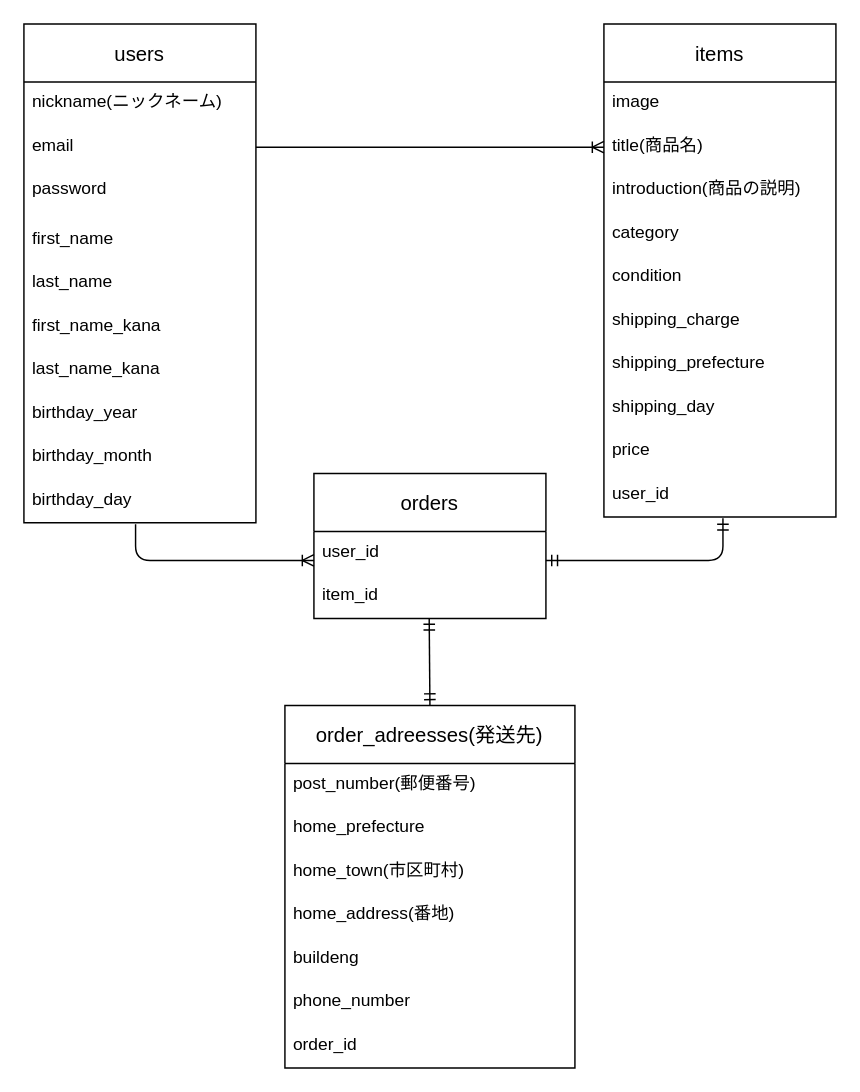
The draw.io diagram .dio in nagawa-hub/furima-31652, before the edit. Source tidied: cells renumbered, new cells numbered last; positions are measured from the earlier drawing's top-left corner, leaving out a move shared by most shapes. Both pictures are drawn from the tidied source at 145%, with x=0, y=0 at pixel (23, 23).
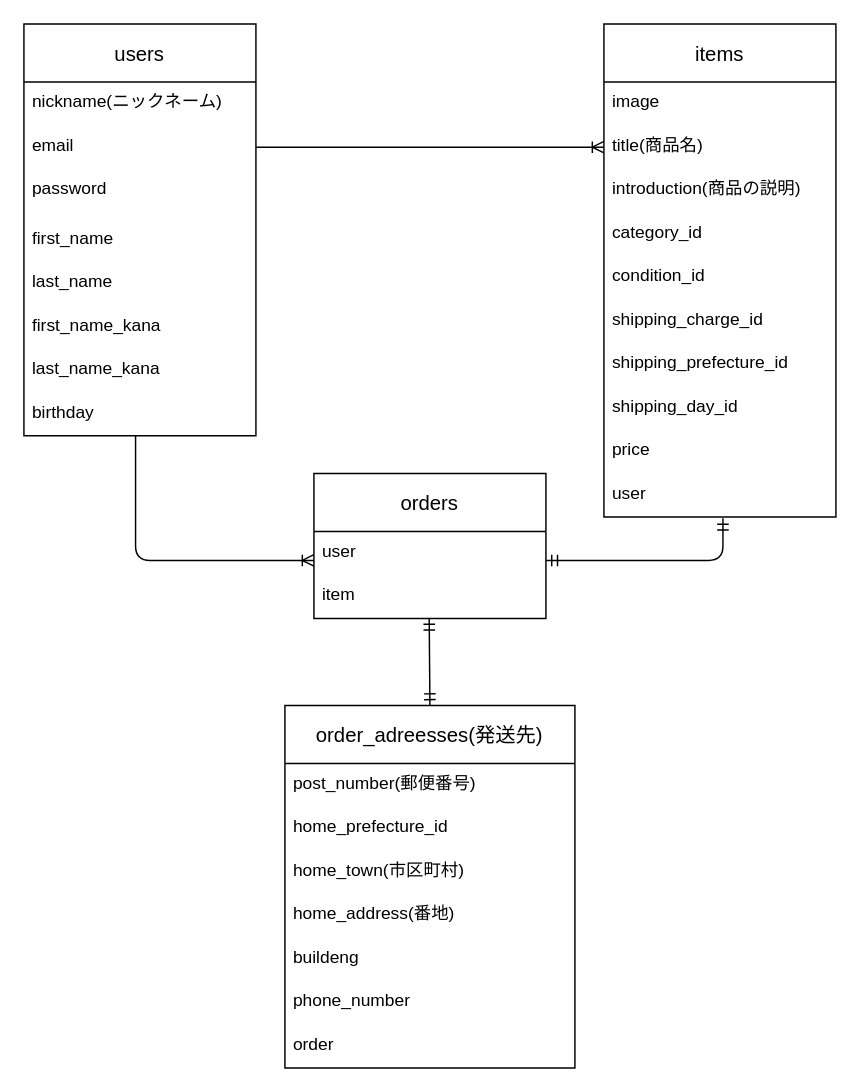
Above is the later version.

Commit message (it also covers changes not shown here):
ActiveHash対応のため修正

Unchanged cells that the change refers to:
```xml
<mxCell id="3" value="orders" style="swimlane;fontStyle=0;horizontal=1;startSize=40;align=center;fontSize=14;" parent="1" vertex="1">
  <mxGeometry x="200" y="310" width="160" height="100" as="geometry" />
</mxCell>
<mxCell id="9" value="order_adreesses(発送先)" style="swimlane;fontStyle=0;horizontal=1;startSize=40;align=center;fontSize=14;" parent="1" vertex="1">
  <mxGeometry x="180" y="470" width="200" height="250" as="geometry" />
</mxCell>
<mxCell id="28" value="items" style="swimlane;fontStyle=0;horizontal=1;startSize=40;align=center;fontSize=14;" parent="1" vertex="1">
  <mxGeometry x="400" width="160" height="340" as="geometry" />
</mxCell>
```

What changed in the source:
```diff
@@
-    <mxCell id="4" value="user_id" style="text;strokeColor=none;fillColor=none;spacingLeft=4;spacingRight=4;overflow=hidden;fontSize=12;" parent="3" vertex="1">
+    <mxCell id="4" value="user" style="text;strokeColor=none;fillColor=none;spacingLeft=4;spacingRight=4;overflow=hidden;fontSize=12;" parent="3" vertex="1">
       <mxGeometry y="40" width="160" height="30" as="geometry" />
     </mxCell>
-    <mxCell id="5" value="item_id" style="text;strokeColor=none;fillColor=none;spacingLeft=4;spacingRight=4;overflow=hidden;fontSize=12;" parent="3" vertex="1">
+    <mxCell id="5" value="item" style="text;strokeColor=none;fillColor=none;spacingLeft=4;spacingRight=4;overflow=hidden;fontSize=12;" parent="3" vertex="1">
       <mxGeometry y="70" width="160" height="30" as="geometry" />
     </mxCell>
     <mxCell id="6" style="fontSize=12;html=1;endArrow=ERoneToMany;" parent="1" edge="1">
       <mxGeometry relative="1" as="geometry">
-        <mxPoint x="77" y="345" as="sourcePoint" />
+        <mxPoint x="77" y="284" as="sourcePoint" />
         <mxPoint x="200" y="370" as="targetPoint" />
         <Array as="points">
           <mxPoint x="77" y="370" />
         </Array>
       </mxGeometry>
     </mxCell>
@@
-    <mxCell id="11" value="home_prefecture" style="text;strokeColor=none;fillColor=none;spacingLeft=4;spacingRight=4;overflow=hidden;fontSize=12;" parent="9" vertex="1">
+    <mxCell id="11" value="home_prefecture_id" style="text;strokeColor=none;fillColor=none;spacingLeft=4;spacingRight=4;overflow=hidden;fontSize=12;" parent="9" vertex="1">
       <mxGeometry y="70" width="200" height="30" as="geometry" />
     </mxCell>
@@
-    <mxCell id="16" value="order_id" style="text;strokeColor=none;fillColor=none;spacingLeft=4;spacingRight=4;overflow=hidden;fontSize=12;" parent="9" vertex="1">
+    <mxCell id="16" value="order" style="text;strokeColor=none;fillColor=none;spacingLeft=4;spacingRight=4;overflow=hidden;fontSize=12;" parent="9" vertex="1">
       <mxGeometry y="220" width="200" height="30" as="geometry" />
     </mxCell>
     <mxCell id="17" value="users" style="swimlane;fontStyle=0;horizontal=1;startSize=40;align=center;fontSize=14;" parent="1" vertex="1">
-      <mxGeometry width="160" height="344" as="geometry" />
+      <mxGeometry width="160" height="284" as="geometry" />
     </mxCell>
@@
-    <mxCell id="25" value="birthday_year" style="text;strokeColor=none;fillColor=none;spacingLeft=4;spacingRight=4;overflow=hidden;fontSize=12;" parent="17" vertex="1">
+    <mxCell id="25" value="birthday" style="text;strokeColor=none;fillColor=none;spacingLeft=4;spacingRight=4;overflow=hidden;fontSize=12;" parent="17" vertex="1">
       <mxGeometry y="254" width="160" height="30" as="geometry" />
     </mxCell>
-    <mxCell id="26" value="birthday_month" style="text;strokeColor=none;fillColor=none;spacingLeft=4;spacingRight=4;overflow=hidden;fontSize=12;" parent="17" vertex="1">
-      <mxGeometry y="284" width="160" height="30" as="geometry" />
-    </mxCell>
-    <mxCell id="27" value="birthday_day" style="text;strokeColor=none;fillColor=none;spacingLeft=4;spacingRight=4;overflow=hidden;fontSize=12;" parent="17" vertex="1">
-      <mxGeometry y="314" width="160" height="30" as="geometry" />
-    </mxCell>
@@
-    <mxCell id="32" value="category" style="text;strokeColor=none;fillColor=none;spacingLeft=4;spacingRight=4;overflow=hidden;fontSize=12;" parent="28" vertex="1">
+    <mxCell id="32" value="category_id" style="text;strokeColor=none;fillColor=none;spacingLeft=4;spacingRight=4;overflow=hidden;fontSize=12;" parent="28" vertex="1">
       <mxGeometry y="130" width="160" height="30" as="geometry" />
     </mxCell>
-    <mxCell id="33" value="condition" style="text;strokeColor=none;fillColor=none;spacingLeft=4;spacingRight=4;overflow=hidden;fontSize=12;" parent="28" vertex="1">
+    <mxCell id="33" value="condition_id" style="text;strokeColor=none;fillColor=none;spacingLeft=4;spacingRight=4;overflow=hidden;fontSize=12;" parent="28" vertex="1">
       <mxGeometry y="160" width="160" height="30" as="geometry" />
     </mxCell>
-    <mxCell id="34" value="shipping_charge" style="text;strokeColor=none;fillColor=none;spacingLeft=4;spacingRight=4;overflow=hidden;fontSize=12;" parent="28" vertex="1">
+    <mxCell id="34" value="shipping_charge_id" style="text;strokeColor=none;fillColor=none;spacingLeft=4;spacingRight=4;overflow=hidden;fontSize=12;" parent="28" vertex="1">
       <mxGeometry y="190" width="160" height="30" as="geometry" />
     </mxCell>
-    <mxCell id="35" value="shipping_prefecture" style="text;strokeColor=none;fillColor=none;spacingLeft=4;spacingRight=4;overflow=hidden;fontSize=12;" parent="28" vertex="1">
+    <mxCell id="35" value="shipping_prefecture_id" style="text;strokeColor=none;fillColor=none;spacingLeft=4;spacingRight=4;overflow=hidden;fontSize=12;" parent="28" vertex="1">
       <mxGeometry y="220" width="160" height="30" as="geometry" />
     </mxCell>
-    <mxCell id="36" value="shipping_day" style="text;strokeColor=none;fillColor=none;spacingLeft=4;spacingRight=4;overflow=hidden;fontSize=12;" parent="28" vertex="1">
+    <mxCell id="36" value="shipping_day_id" style="text;strokeColor=none;fillColor=none;spacingLeft=4;spacingRight=4;overflow=hidden;fontSize=12;" parent="28" vertex="1">
       <mxGeometry y="250" width="160" height="30" as="geometry" />
     </mxCell>
@@
-    <mxCell id="38" value="user_id" style="text;strokeColor=none;fillColor=none;spacingLeft=4;spacingRight=4;overflow=hidden;points=[[0,0.5],[1,0.5]];portConstraint=eastwest;fontSize=12;" parent="28" vertex="1">
+    <mxCell id="38" value="user" style="text;strokeColor=none;fillColor=none;spacingLeft=4;spacingRight=4;overflow=hidden;points=[[0,0.5],[1,0.5]];portConstraint=eastwest;fontSize=12;" parent="28" vertex="1">
       <mxGeometry y="310" width="160" height="30" as="geometry" />
     </mxCell>
```
